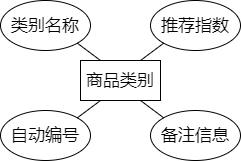
This is E-R图11111.png from jpl007/HelloGit, a draw.io export, as it was before one commit. Source tidied: cells renumbered, new cells last; positions are measured from the earlier drawing's top-left corner, leaving out a move shared by most shapes.
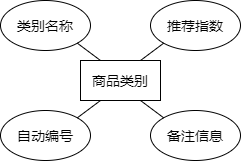
After the change.

Diff of the diagram source:
```diff
@@ -2,19 +2,19 @@
   <root>
     <mxCell id="0" />
     <mxCell id="1" parent="0" />
-    <mxCell id="2" value="&lt;font style=&quot;font-size: 17px&quot;&gt;商品类别&lt;/font&gt;" style="rounded=0;whiteSpace=wrap;html=1;" parent="1" vertex="1">
+    <mxCell id="2" value="&lt;font style=&quot;font-size: 14px&quot;&gt;商品类别&lt;/font&gt;" style="rounded=0;whiteSpace=wrap;html=1;" parent="1" vertex="1">
       <mxGeometry x="80" y="60" width="80" height="40" as="geometry" />
     </mxCell>
-    <mxCell id="3" value="&lt;font style=&quot;font-size: 17px&quot;&gt;备注信息&lt;/font&gt;" style="ellipse;whiteSpace=wrap;html=1;" parent="1" vertex="1">
+    <mxCell id="3" value="&lt;font style=&quot;font-size: 14px&quot;&gt;备注信息&lt;/font&gt;" style="ellipse;whiteSpace=wrap;html=1;" parent="1" vertex="1">
       <mxGeometry x="150" y="110" width="90" height="50" as="geometry" />
     </mxCell>
-    <mxCell id="4" value="&lt;font style=&quot;font-size: 17px&quot;&gt;类别名称&lt;/font&gt;" style="ellipse;whiteSpace=wrap;html=1;" parent="1" vertex="1">
+    <mxCell id="4" value="&lt;font style=&quot;font-size: 14px&quot;&gt;类别名称&lt;/font&gt;" style="ellipse;whiteSpace=wrap;html=1;" parent="1" vertex="1">
       <mxGeometry width="90" height="50" as="geometry" />
     </mxCell>
-    <mxCell id="5" value="&lt;font style=&quot;font-size: 17px&quot;&gt;自动编号&lt;/font&gt;" style="ellipse;whiteSpace=wrap;html=1;" parent="1" vertex="1">
+    <mxCell id="5" value="&lt;font style=&quot;font-size: 14px&quot;&gt;自动编号&lt;/font&gt;" style="ellipse;whiteSpace=wrap;html=1;" parent="1" vertex="1">
       <mxGeometry y="110" width="90" height="50" as="geometry" />
     </mxCell>
-    <mxCell id="6" value="&lt;span style=&quot;font-size: 17px&quot;&gt;推荐指数&lt;/span&gt;" style="ellipse;whiteSpace=wrap;html=1;" parent="1" vertex="1">
+    <mxCell id="6" value="&lt;font style=&quot;font-size: 14px&quot;&gt;推荐指数&lt;/font&gt;" style="ellipse;whiteSpace=wrap;html=1;" parent="1" vertex="1">
       <mxGeometry x="150" width="90" height="50" as="geometry" />
     </mxCell>
     <mxCell id="7" style="endArrow=none;html=1;entryX=1;entryY=1;entryDx=0;entryDy=0;exitX=0.25;exitY=0;exitDx=0;exitDy=0;" parent="1" edge="1" source="2" target="4">
```
